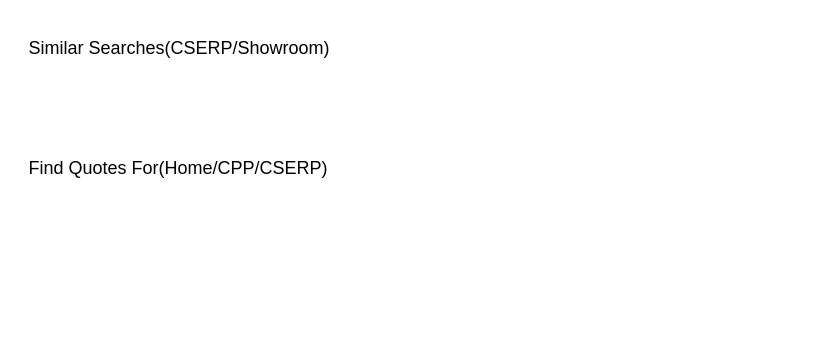
Above: drawio/internal_links_find_quotes_for.drawio in VisableHarry/seo-drawio (draw.io), before the change. Source tidied: cells renumbered, new cells numbered last; positions are measured from the earlier drawing's top-left corner, leaving out a move shared by most shapes. Both pictures are drawn from the tidied source at 150%, with x=0, y=0 at pixel (26, 26).
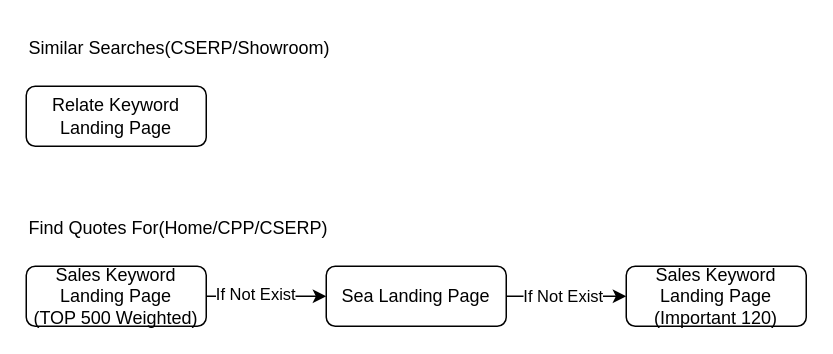
After the change.

Change to the diagram source:
```diff
@@
 <mxGraphModel>
   <root>
     <mxCell id="0" />
     <mxCell id="1" parent="0" />
     <mxCell id="2" value="Similar Searches(CSERP/Showroom)" style="text;html=1;align=left;verticalAlign=middle;whiteSpace=wrap;rounded=0;" parent="1" vertex="1">
       <mxGeometry width="240" height="30" as="geometry" />
     </mxCell>
     <mxCell id="3" value="Find Quotes For(Home/CPP/CSERP)" style="text;html=1;align=left;verticalAlign=middle;whiteSpace=wrap;rounded=0;" parent="1" vertex="1">
-      <mxGeometry y="80" width="240" height="30" as="geometry" />
+      <mxGeometry y="120" width="240" height="30" as="geometry" />
     </mxCell>
+    <mxCell id="4" value="Relate Keyword Landing Page" style="rounded=1;whiteSpace=wrap;html=1;" parent="1" vertex="1">
+      <mxGeometry y="40" width="120" height="40" as="geometry" />
+    </mxCell>
+    <mxCell id="5" style="edgeStyle=orthogonalEdgeStyle;rounded=0;jettySize=auto;html=1;exitX=1;exitY=0.5;exitDx=0;exitDy=0;entryX=0;entryY=0.5;entryDx=0;entryDy=0;" parent="1" edge="1" source="7" target="10">
+      <mxGeometry relative="1" as="geometry" />
+    </mxCell>
+    <mxCell id="6" value="If Not Exist" style="edgeLabel;html=1;align=center;verticalAlign=middle;" parent="5" vertex="1">
+      <mxGeometry x="-0.33" y="-2" relative="1" as="geometry">
+        <mxPoint x="5" y="-4" as="offset" />
+      </mxGeometry>
+    </mxCell>
+    <mxCell id="7" value="Sales Keyword Landing Page&lt;div&gt;(TOP 500 Weighted)&lt;/div&gt;" style="rounded=1;whiteSpace=wrap;html=1;" parent="1" vertex="1">
+      <mxGeometry y="160" width="120" height="40" as="geometry" />
+    </mxCell>
+    <mxCell id="8" style="edgeStyle=orthogonalEdgeStyle;rounded=0;jettySize=auto;html=1;exitX=1;exitY=0.5;exitDx=0;exitDy=0;entryX=0;entryY=0.5;entryDx=0;entryDy=0;" parent="1" edge="1" source="10" target="11">
+      <mxGeometry relative="1" as="geometry" />
+    </mxCell>
+    <mxCell id="9" value="If Not Exist" style="edgeLabel;html=1;align=center;verticalAlign=middle;" parent="8" vertex="1">
+      <mxGeometry x="0.23" y="3" relative="1" as="geometry">
+        <mxPoint x="-12" y="2" as="offset" />
+      </mxGeometry>
+    </mxCell>
+    <mxCell id="10" value="Sea Landing Page" style="rounded=1;whiteSpace=wrap;html=1;" parent="1" vertex="1">
+      <mxGeometry x="200" y="160" width="120" height="40" as="geometry" />
+    </mxCell>
+    <mxCell id="11" value="Sales Keyword Landing Page&lt;div&gt;(Important 120)&lt;/div&gt;" style="rounded=1;whiteSpace=wrap;html=1;" parent="1" vertex="1">
+      <mxGeometry x="400" y="160" width="120" height="40" as="geometry" />
+    </mxCell>
   </root>
 </mxGraphModel>
```
